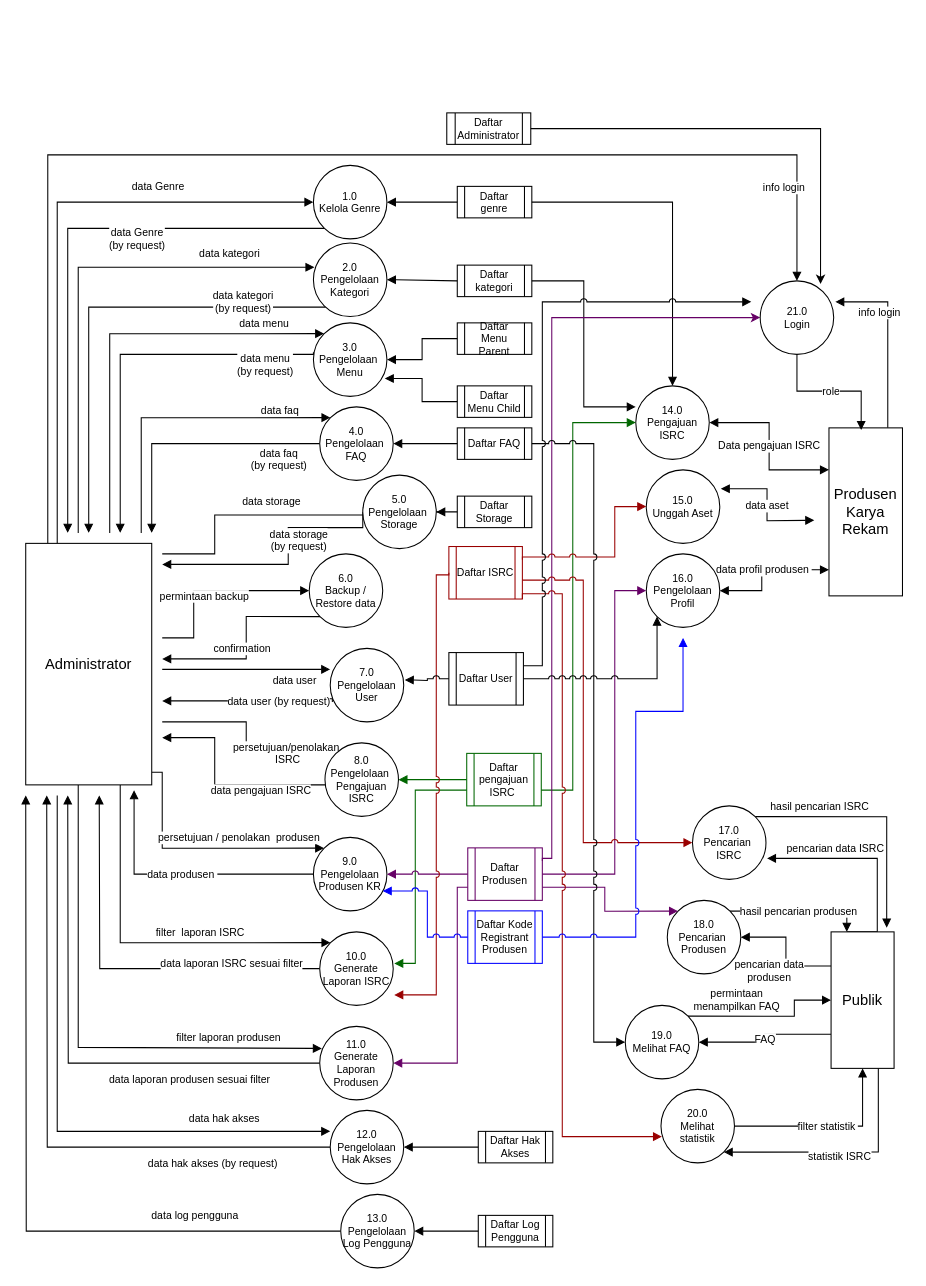
Earlier version of the draw.io diagram page "DVD lv.1" (5 of 5) of Kerjaan 2022/ERD.drawio (Mithaau/Kerjaan-2022). Source tidied: cells renumbered, new cells numbered last; positions are measured from the earlier drawing's top-left corner, leaving out a move shared by most shapes. Both pictures are drawn from the tidied source at 105%, with x=0, y=0 at pixel (25, 112).
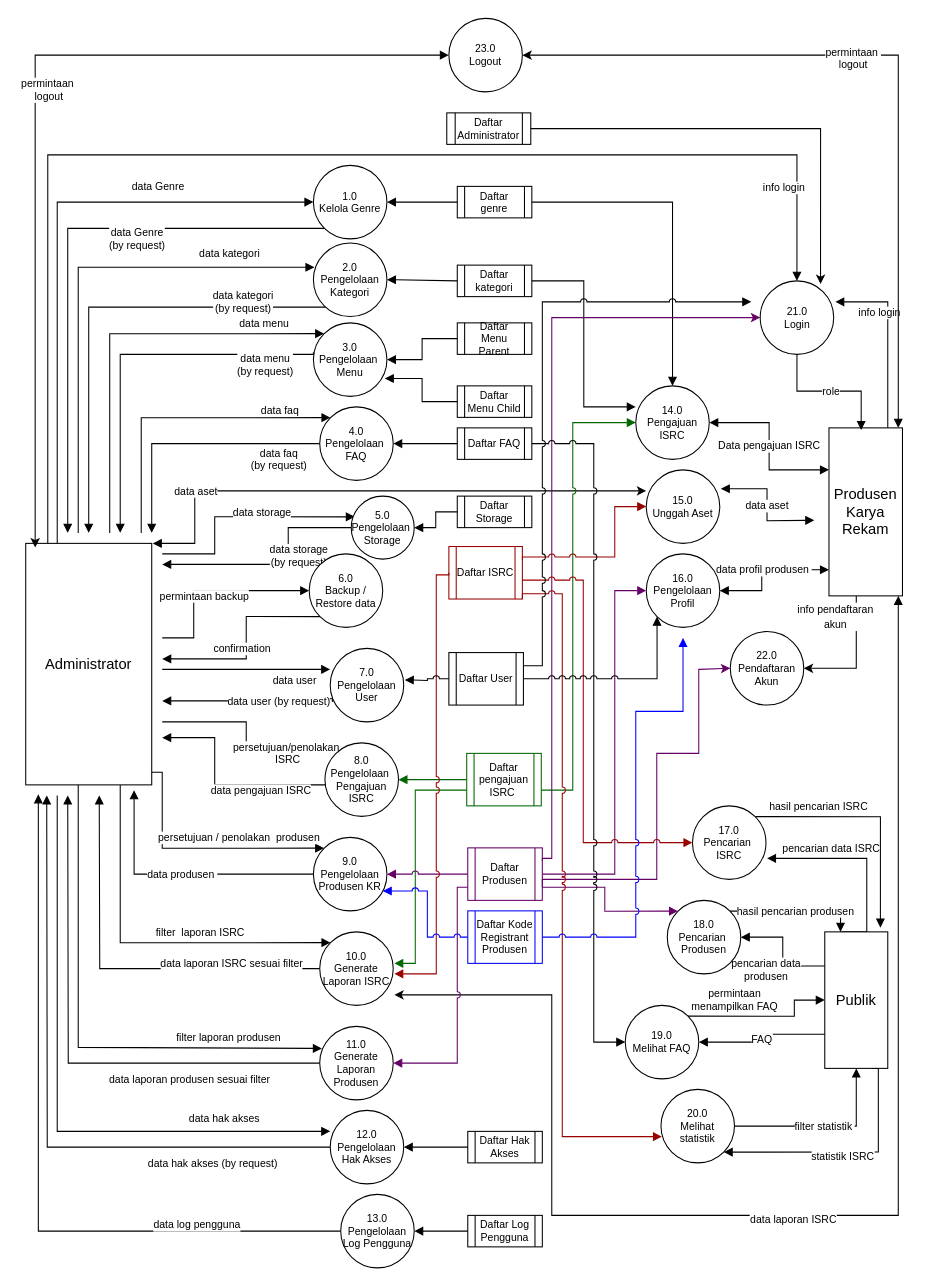
The same diagram, later.

The change refers to these unchanged cells:
```xml
<mxCell id="15" value="Administrator" style="rounded=0;whiteSpace=wrap;html=1;fontSize=14;" parent="1" vertex="1">
  <mxGeometry y="410" width="120" height="230" as="geometry" />
</mxCell>
<mxCell id="18" value="Produsen Karya Rekam" style="rounded=0;whiteSpace=wrap;html=1;fontSize=14;" parent="1" vertex="1">
  <mxGeometry x="765" y="300" width="70" height="160" as="geometry" />
</mxCell>
<mxCell id="49" value="15.0 &lt;br style=&quot;font-size: 10px;&quot;&gt;Unggah Aset" style="ellipse;whiteSpace=wrap;html=1;fontSize=10;" parent="1" vertex="1">
  <mxGeometry x="591" y="340" width="70" height="70" as="geometry" />
</mxCell>
<mxCell id="53" value="17.0 &lt;br style=&quot;font-size: 10px;&quot;&gt;Pencarian&amp;nbsp;&lt;br style=&quot;font-size: 10px;&quot;&gt;ISRC" style="ellipse;whiteSpace=wrap;html=1;fontSize=10;" parent="1" vertex="1">
  <mxGeometry x="635" y="660" width="70" height="70" as="geometry" />
</mxCell>
<mxCell id="63" value="13.0&lt;br style=&quot;font-size: 10px;&quot;&gt;Pengelolaan Log Pengguna" style="ellipse;whiteSpace=wrap;html=1;fontSize=10;" parent="1" vertex="1">
  <mxGeometry x="300" y="1030" width="70" height="70" as="geometry" />
</mxCell>
<mxCell id="85" value="Daftar Produsen" style="shape=process;whiteSpace=wrap;html=1;left=0;right=0;fillColor=none;fontSize=10;strokeWidth=1;strokeColor=#660066;" parent="1" vertex="1">
  <mxGeometry x="421" y="700" width="71" height="50" as="geometry" />
</mxCell>
<mxCell id="90" value="Daftar ISRC" style="shape=process;whiteSpace=wrap;html=1;left=0;right=0;fillColor=none;fontSize=10;strokeWidth=1;strokeColor=#990000;" parent="1" vertex="1">
  <mxGeometry x="403" y="413" width="70" height="50" as="geometry" />
</mxCell>
```

Change to the diagram source:
```diff
@@
     <mxCell id="6" value="data storage" style="edgeStyle=orthogonalEdgeStyle;rounded=0;jettySize=auto;html=1;entryX=0.057;entryY=0.329;entryDx=0;entryDy=0;entryPerimeter=0;fontSize=10;startArrow=none;startFill=0;endArrow=block;endFill=1;startSize=6;endSize=6;" parent="1" edge="1" target="42">
-      <mxGeometry x="0.14" y="13" relative="1" as="geometry">
+      <mxGeometry x="0.19" y="5" relative="1" as="geometry">
         <mxPoint x="130" y="420" as="sourcePoint" />
         <Array as="points">
           <mxPoint x="180" y="420" />
-          <mxPoint x="180" y="383" />
+          <mxPoint x="180" y="385" />
         </Array>
       </mxGeometry>
     </mxCell>
@@
+    <mxCell id="109" value="data aset" style="edgeStyle=orthogonalEdgeStyle;rounded=0;jettySize=auto;html=1;entryX=0;entryY=0.286;entryDx=0;entryDy=0;entryPerimeter=0;fontSize=10;strokeColor=#000000;startArrow=block;startFill=1;" parent="1" edge="1" target="49">
+      <mxGeometry x="-0.65" relative="1" as="geometry">
+        <mxPoint x="121" y="410" as="sourcePoint" />
+        <Array as="points">
+          <mxPoint x="161" y="410" />
+          <mxPoint x="161" y="360" />
+        </Array>
+      </mxGeometry>
+    </mxCell>
@@
+    <mxCell id="110" value="&lt;font style=&quot;font-size: 10px;&quot;&gt;info pendaftaran &lt;br&gt;akun&lt;/font&gt;" style="edgeStyle=orthogonalEdgeStyle;rounded=0;jettySize=auto;html=1;entryX=1;entryY=0.5;entryDx=0;entryDy=0;" parent="1" edge="1" source="18" target="116">
+      <mxGeometry x="-0.66" y="-20" relative="1" as="geometry">
+        <Array as="points">
+          <mxPoint x="791" y="529" />
+        </Array>
+      </mxGeometry>
+    </mxCell>
+    <mxCell id="111" style="edgeStyle=orthogonalEdgeStyle;rounded=0;jettySize=auto;html=1;fontSize=10;startArrow=block;startFill=1;strokeColor=#000000;" parent="1" edge="1" source="18">
+      <mxGeometry relative="1" as="geometry">
+        <mxPoint x="351" y="840" as="targetPoint" />
+        <Array as="points">
+          <mxPoint x="831" y="1050" />
+          <mxPoint x="501" y="1050" />
+          <mxPoint x="501" y="840" />
+        </Array>
+      </mxGeometry>
+    </mxCell>
+    <mxCell id="112" value="data laporan ISRC" style="edgeLabel;html=1;align=center;verticalAlign=middle;fontSize=10;" parent="111" vertex="1">
+      <mxGeometry x="0.08" y="3" relative="1" as="geometry" />
+    </mxCell>
+    <mxCell id="113" style="edgeStyle=orthogonalEdgeStyle;rounded=0;jettySize=auto;html=1;entryX=1;entryY=0.5;entryDx=0;entryDy=0;fontSize=10;startArrow=block;startFill=1;strokeColor=#000000;" parent="1" edge="1" source="18" target="118">
+      <mxGeometry relative="1" as="geometry">
+        <Array as="points">
+          <mxPoint x="831" y="-55" />
+        </Array>
+      </mxGeometry>
+    </mxCell>
+    <mxCell id="114" value="permintaan&amp;nbsp;&lt;br&gt;logout" style="edgeLabel;html=1;align=center;verticalAlign=middle;fontSize=10;" parent="113" vertex="1">
+      <mxGeometry x="0.12" y="2" relative="1" as="geometry" />
+    </mxCell>
@@
     <mxCell id="19" value="pencarian data ISRC" style="edgeStyle=orthogonalEdgeStyle;rounded=0;jumpStyle=arc;jettySize=auto;html=1;entryX=1.014;entryY=0.714;entryDx=0;entryDy=0;entryPerimeter=0;fontSize=10;startArrow=none;startFill=0;endArrow=block;endFill=1;startSize=6;endSize=6;exitX=0.25;exitY=0;exitDx=0;exitDy=0;" parent="1" edge="1" source="24" target="53">
       <mxGeometry x="0.36" y="-10" relative="1" as="geometry">
         <Array as="points">
-          <mxPoint x="811" y="780" />
-          <mxPoint x="811" y="710" />
+          <mxPoint x="801" y="780" />
+          <mxPoint x="801" y="710" />
         </Array>
       </mxGeometry>
     </mxCell>
@@
     <mxCell id="24" value="Publik" style="rounded=0;whiteSpace=wrap;html=1;fontSize=14;" parent="1" vertex="1">
-      <mxGeometry x="767" y="780" width="60" height="130" as="geometry" />
+      <mxGeometry x="761" y="780" width="60" height="130" as="geometry" />
     </mxCell>
@@
     <mxCell id="42" value="5.0&lt;br style=&quot;font-size: 10px;&quot;&gt;Pengelolaan&amp;nbsp; Storage" style="ellipse;whiteSpace=wrap;html=1;fontSize=10;" parent="1" vertex="1">
-      <mxGeometry x="321" y="345" width="70" height="70" as="geometry" />
+      <mxGeometry x="310" y="365" width="60" height="60" as="geometry" />
     </mxCell>
@@
     <mxCell id="62" value="data log pengguna" style="edgeStyle=orthogonalEdgeStyle;rounded=0;jumpStyle=arc;jettySize=auto;html=1;fontSize=10;startArrow=none;startFill=0;endArrow=block;endFill=1;startSize=6;endSize=6;" parent="1" edge="1" source="63">
-      <mxGeometry x="-0.61" y="-15" relative="1" as="geometry">
-        <mxPoint y="650" as="targetPoint" />
+      <mxGeometry x="-0.61" y="-6" relative="1" as="geometry">
+        <mxPoint x="12" y="649" as="targetPoint" />
+        <Array as="points">
+          <mxPoint x="12" y="1065" />
+          <mxPoint x="12" y="650" />
+        </Array>
       </mxGeometry>
     </mxCell>
@@
     <mxCell id="75" value="Daftar Hak Akses" style="shape=process;whiteSpace=wrap;html=1;left=0;right=0;fillColor=none;fontSize=10;strokeWidth=1;" parent="1" vertex="1">
-      <mxGeometry x="431" y="970" width="71" height="30" as="geometry" />
+      <mxGeometry x="421" y="970" width="71" height="30" as="geometry" />
     </mxCell>
@@
+    <mxCell id="115" style="edgeStyle=orthogonalEdgeStyle;rounded=0;jettySize=auto;html=1;strokeColor=#660066;exitX=1;exitY=0.75;exitDx=0;exitDy=0;entryX=0;entryY=0.5;entryDx=0;entryDy=0;" parent="1" edge="1" source="85" target="116">
+      <mxGeometry relative="1" as="geometry">
+        <Array as="points">
+          <mxPoint x="492" y="730" />
+          <mxPoint x="601" y="730" />
+          <mxPoint x="601" y="610" />
+          <mxPoint x="641" y="610" />
+          <mxPoint x="641" y="530" />
+        </Array>
+      </mxGeometry>
+    </mxCell>
@@
     <mxCell id="87" style="edgeStyle=orthogonalEdgeStyle;rounded=0;jumpStyle=arc;jettySize=auto;html=1;fontSize=10;startArrow=none;startFill=0;endArrow=block;endFill=1;startSize=6;endSize=6;strokeColor=#990000;exitX=0;exitY=0.5;exitDx=0;exitDy=0;" parent="1" edge="1" source="90">
       <mxGeometry relative="1" as="geometry">
-        <mxPoint x="351" y="840" as="targetPoint" />
+        <mxPoint x="351" y="820" as="targetPoint" />
         <Array as="points">
+          <mxPoint x="403" y="440" />
           <mxPoint x="391" y="440" />
-          <mxPoint x="391" y="840" />
+          <mxPoint x="391" y="820" />
         </Array>
       </mxGeometry>
     </mxCell>
@@
     <mxCell id="92" value="Daftar Log Pengguna" style="shape=process;whiteSpace=wrap;html=1;left=0;right=0;fillColor=none;fontSize=10;strokeWidth=1;" parent="1" vertex="1">
-      <mxGeometry x="431" y="1050" width="71" height="30" as="geometry" />
+      <mxGeometry x="421" y="1050" width="71" height="30" as="geometry" />
     </mxCell>
@@
+    <mxCell id="116" value="22.0 &lt;br style=&quot;font-size: 10px;&quot;&gt;Pendaftaran Akun" style="ellipse;whiteSpace=wrap;html=1;fontSize=10;" parent="1" vertex="1">
+      <mxGeometry x="671" y="494" width="70" height="70" as="geometry" />
+    </mxCell>
+    <mxCell id="117" value="permintaan&amp;nbsp;&lt;br&gt;logout" style="edgeStyle=orthogonalEdgeStyle;rounded=0;jettySize=auto;html=1;entryX=0.075;entryY=0.017;entryDx=0;entryDy=0;entryPerimeter=0;fontSize=10;startArrow=block;startFill=1;strokeColor=#000000;" parent="1" edge="1" source="118" target="15">
+      <mxGeometry x="-0.01" y="13" relative="1" as="geometry" />
+    </mxCell>
+    <mxCell id="118" value="23.0 &lt;br style=&quot;font-size: 10px;&quot;&gt;Logout" style="ellipse;whiteSpace=wrap;html=1;fontSize=10;" parent="1" vertex="1">
+      <mxGeometry x="403" y="-90" width="70" height="70" as="geometry" />
+    </mxCell>
```
